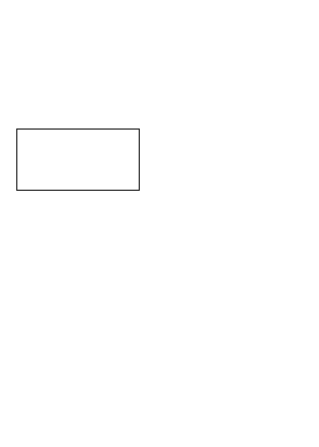
Above: 测试.drawio in xiexinhong/diagrams (draw.io), before the change. Source tidied: cells renumbered, new cells numbered last; positions are measured from the earlier drawing's top-left corner, leaving out a move shared by most shapes. Both pictures are drawn from the tidied source at 102%, with x=0, y=0 at pixel (16, 129).
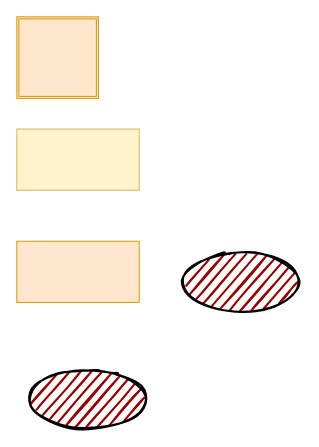
Above is the later version.

Diff of the diagram source:
```diff
@@
 <mxGraphModel>
   <root>
     <mxCell id="0" />
     <mxCell id="1" parent="0" />
-    <mxCell id="2" style="rounded=0;whiteSpace=wrap;html=1;" parent="1" vertex="1">
+    <mxCell id="2" style="rounded=0;whiteSpace=wrap;html=1;fillColor=#fff2cc;strokeColor=#d6b656;" parent="1" vertex="1">
       <mxGeometry width="120" height="60" as="geometry" />
     </mxCell>
+    <mxCell id="3" style="rounded=0;whiteSpace=wrap;html=1;fillColor=#ffe6cc;strokeColor=#d79b00;" parent="1" vertex="1">
+      <mxGeometry y="110" width="120" height="60" as="geometry" />
+    </mxCell>
+    <mxCell id="4" style="ellipse;whiteSpace=wrap;html=1;strokeWidth=2;fillWeight=2;hachureGap=8;fillColor=#990000;fillStyle=dots;sketch=1;" parent="1" vertex="1">
+      <mxGeometry x="10" y="235" width="120" height="60" as="geometry" />
+    </mxCell>
+    <mxCell id="5" style="ellipse;whiteSpace=wrap;html=1;strokeWidth=2;fillWeight=2;hachureGap=8;fillColor=#990000;fillStyle=dots;sketch=1;" parent="1" vertex="1">
+      <mxGeometry x="160" y="120" width="120" height="60" as="geometry" />
+    </mxCell>
+    <mxCell id="6" style="shape=ext;double=1;whiteSpace=wrap;html=1;fillColor=#ffe6cc;strokeColor=#d79b00;" parent="1" vertex="1">
+      <mxGeometry y="-110" width="80" height="80" as="geometry" />
+    </mxCell>
   </root>
 </mxGraphModel>
```
